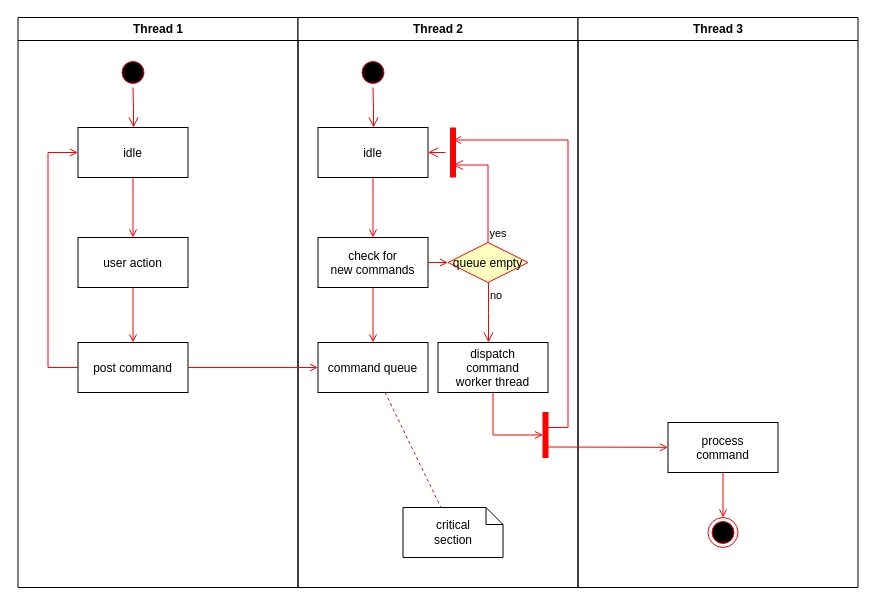
Earlier version of the draw.io diagram Untitled Diagram.drawio (hesiwei/diagrams). Source tidied: cells renumbered, new cells numbered last; positions are measured from the earlier drawing's top-left corner, leaving out a move shared by most shapes. Both pictures are drawn from the tidied source at 100%, with x=0, y=0 at pixel (17, 17).
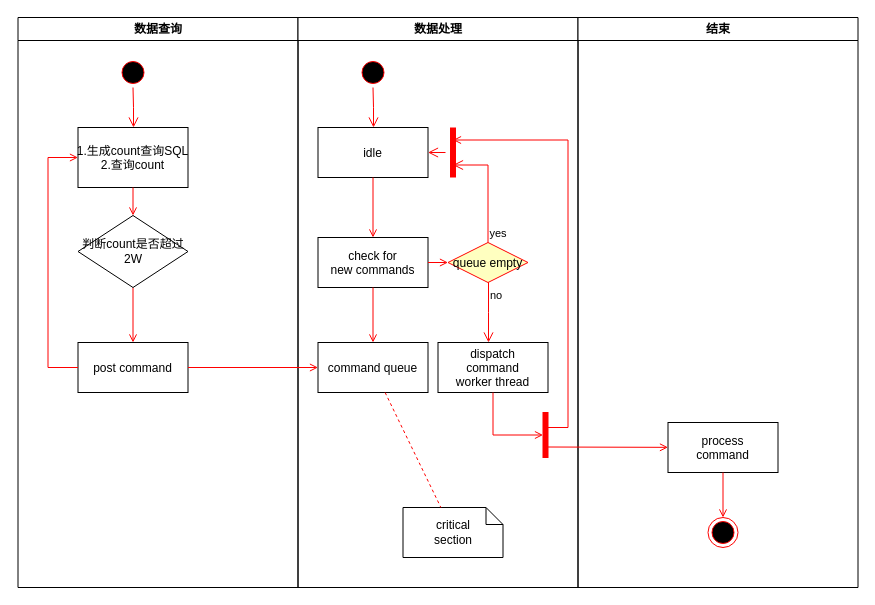
The same page after the edit.

Commit message:
增量数据导入流程.drawio

Unchanged cells that the change refers to:
```xml
<mxCell id="8" value="post command" parent="2" vertex="1">
  <mxGeometry x="60" y="325" width="110" height="50" as="geometry" />
</mxCell>
```

What changed in the source:
```diff
@@
-    <mxCell id="2" value="Thread 1" style="swimlane;whiteSpace=wrap;" parent="1" vertex="1">
+    <mxCell id="2" value="数据查询" style="swimlane;whiteSpace=wrap;" parent="1" vertex="1">
       <mxGeometry x="0.5" width="280" height="570" as="geometry" />
     </mxCell>
@@
-    <mxCell id="5" value="idle" parent="2" vertex="1">
-      <mxGeometry x="60" y="110" width="110" height="50" as="geometry" />
+    <mxCell id="5" value="1.生成count查询SQL&#10;2.查询count" style="direction=west;" parent="2" vertex="1">
+      <mxGeometry x="60" y="110" width="110" height="60" as="geometry" />
     </mxCell>
-    <mxCell id="6" value="user action" parent="2" vertex="1">
-      <mxGeometry x="60" y="220" width="110" height="50" as="geometry" />
-    </mxCell>
-    <mxCell id="7" style="endArrow=open;strokeColor=#FF0000;endFill=1;rounded=0;" parent="2" edge="1" source="5" target="6">
-      <mxGeometry relative="1" as="geometry" />
+    <mxCell id="7" style="endArrow=open;strokeColor=#FF0000;endFill=1;rounded=0;" parent="2" edge="1" source="37">
+      <mxGeometry relative="1" as="geometry">
+        <mxPoint x="115" y="220" as="targetPoint" />
+      </mxGeometry>
     </mxCell>
@@
-    <mxCell id="9" style="endArrow=open;strokeColor=#FF0000;endFill=1;rounded=0;" parent="2" edge="1" source="6" target="8">
+    <mxCell id="9" style="endArrow=open;strokeColor=#FF0000;endFill=1;rounded=0;exitX=0.5;exitY=1;exitDx=0;exitDy=0;" parent="2" edge="1" source="37" target="8">
       <mxGeometry relative="1" as="geometry" />
     </mxCell>
@@
+    <mxCell id="37" value="判断count是否超过2W" style="rhombus;whiteSpace=wrap;html=1;" parent="2" vertex="1">
+      <mxGeometry x="60" y="198" width="110" height="72" as="geometry" />
+    </mxCell>
+    <mxCell id="38" style="endArrow=open;strokeColor=#FF0000;endFill=1;rounded=0;" parent="2" edge="1" source="5" target="37">
+      <mxGeometry relative="1" as="geometry" />
+    </mxCell>
-    <mxCell id="11" value="Thread 2" style="swimlane;whiteSpace=wrap;" parent="1" vertex="1">
+    <mxCell id="11" value="数据处理" style="swimlane;whiteSpace=wrap;" parent="1" vertex="1">
       <mxGeometry x="280.5" width="280" height="570" as="geometry" />
     </mxCell>
@@
-    <mxCell id="30" value="Thread 3" style="swimlane;whiteSpace=wrap;" parent="1" vertex="1">
+    <mxCell id="30" value="结束" style="swimlane;whiteSpace=wrap;" parent="1" vertex="1">
       <mxGeometry x="560.5" width="280" height="570" as="geometry" />
     </mxCell>
```
